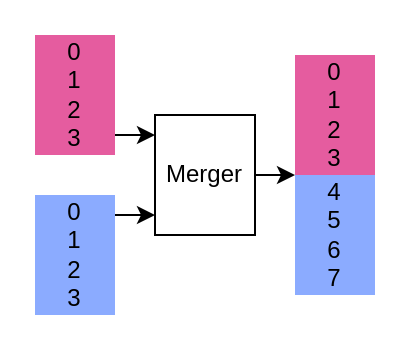
Before: merger_address.drawio in AurelieSa/draw_io, a draw.io diagram. Source tidied: cells renumbered, new cells numbered last; positions are measured from the earlier drawing's top-left corner, leaving out a move shared by most shapes. Both pictures are drawn from the tidied source at 200%, with x=0, y=0 at pixel (34, 34).
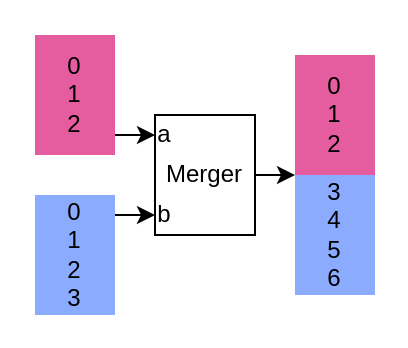
The same page after the edit.

The edit, as a diff of the source:
```diff
@@
 <mxGraphModel>
   <root>
     <mxCell id="0" />
     <mxCell id="1" parent="0" />
-    <mxCell id="2" value="&lt;div&gt;0&lt;/div&gt;&lt;div&gt;1&lt;/div&gt;&lt;div&gt;2&lt;/div&gt;&lt;div&gt;3&lt;br&gt;&lt;/div&gt;" style="rounded=0;whiteSpace=wrap;html=1;fillColor=#dc267f;strokeColor=none;opacity=75;" parent="1" vertex="1">
+    <mxCell id="2" value="&lt;div&gt;0&lt;/div&gt;&lt;div&gt;1&lt;/div&gt;&lt;div&gt;2&lt;/div&gt;" style="rounded=0;whiteSpace=wrap;html=1;fillColor=#dc267f;strokeColor=none;opacity=75;" parent="1" vertex="1">
       <mxGeometry width="40" height="60" as="geometry" />
     </mxCell>
     <mxCell id="3" value="&lt;div&gt;0&lt;/div&gt;&lt;div&gt;1&lt;/div&gt;&lt;div&gt;2&lt;/div&gt;&lt;div&gt;3&lt;br&gt;&lt;/div&gt;" style="rounded=0;whiteSpace=wrap;html=1;fillColor=#648fff;strokeColor=none;opacity=75;" parent="1" vertex="1">
       <mxGeometry y="80" width="40" height="60" as="geometry" />
     </mxCell>
     <mxCell id="4" value="&lt;div&gt;Merger&lt;/div&gt;" style="rounded=0;whiteSpace=wrap;html=1;" parent="1" vertex="1">
       <mxGeometry x="60" y="40" width="50" height="60" as="geometry" />
     </mxCell>
     <mxCell id="5" style="endArrow=classic;html=1;rounded=0;" parent="1" edge="1">
       <mxGeometry relative="1" as="geometry">
         <mxPoint x="40" y="90" as="sourcePoint" />
         <mxPoint x="60" y="90" as="targetPoint" />
       </mxGeometry>
     </mxCell>
     <mxCell id="6" style="endArrow=classic;html=1;rounded=0;" parent="1" edge="1">
       <mxGeometry relative="1" as="geometry">
         <mxPoint x="40" y="50" as="sourcePoint" />
         <mxPoint x="60" y="50" as="targetPoint" />
       </mxGeometry>
     </mxCell>
-    <mxCell id="7" value="&lt;div&gt;0&lt;/div&gt;&lt;div&gt;1&lt;/div&gt;&lt;div&gt;2&lt;/div&gt;&lt;div&gt;3&lt;br&gt;&lt;/div&gt;" style="rounded=0;whiteSpace=wrap;html=1;fillColor=#dc267f;strokeColor=none;glass=0;shadow=0;gradientColor=none;opacity=75;" parent="1" vertex="1">
+    <mxCell id="7" value="&lt;div&gt;0&lt;/div&gt;&lt;div&gt;1&lt;/div&gt;&lt;div&gt;2&lt;/div&gt;" style="rounded=0;whiteSpace=wrap;html=1;fillColor=#dc267f;strokeColor=none;glass=0;shadow=0;gradientColor=none;opacity=75;" parent="1" vertex="1">
       <mxGeometry x="130" y="10" width="40" height="60" as="geometry" />
     </mxCell>
-    <mxCell id="8" value="&lt;div&gt;4&lt;/div&gt;&lt;div&gt;5&lt;/div&gt;&lt;div&gt;6&lt;/div&gt;&lt;div&gt;7&lt;br&gt;&lt;/div&gt;" style="rounded=0;whiteSpace=wrap;html=1;fillColor=#648fff;strokeColor=none;opacity=75;" parent="1" vertex="1">
+    <mxCell id="8" value="&lt;div&gt;3&lt;/div&gt;&lt;div&gt;4&lt;/div&gt;&lt;div&gt;5&lt;/div&gt;&lt;div&gt;6&lt;br&gt;&lt;/div&gt;" style="rounded=0;whiteSpace=wrap;html=1;fillColor=#648fff;strokeColor=none;opacity=75;" parent="1" vertex="1">
       <mxGeometry x="130" y="70" width="40" height="60" as="geometry" />
     </mxCell>
     <mxCell id="9" style="endArrow=classic;html=1;rounded=0;" parent="1" edge="1">
       <mxGeometry relative="1" as="geometry">
         <mxPoint x="110" y="70" as="sourcePoint" />
         <mxPoint x="130" y="70" as="targetPoint" />
       </mxGeometry>
     </mxCell>
+    <mxCell id="10" value="a" style="text;html=1;align=center;verticalAlign=middle;whiteSpace=wrap;rounded=0;" parent="1" vertex="1">
+      <mxGeometry x="45" y="45" width="40" height="10" as="geometry" />
+    </mxCell>
+    <mxCell id="11" value="b" style="text;html=1;align=center;verticalAlign=middle;whiteSpace=wrap;rounded=0;" parent="1" vertex="1">
+      <mxGeometry x="45" y="85" width="40" height="10" as="geometry" />
+    </mxCell>
   </root>
 </mxGraphModel>
```
